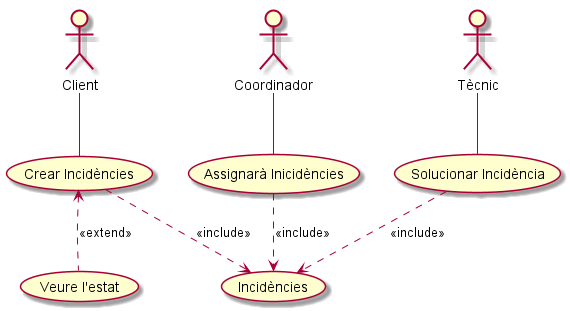
The PlantUML diagram M5/AEA.3.2.1. Iniciació Diagrames de casos d'ús/img/Incidencies.png in saracaparros/DAW, before a commit.
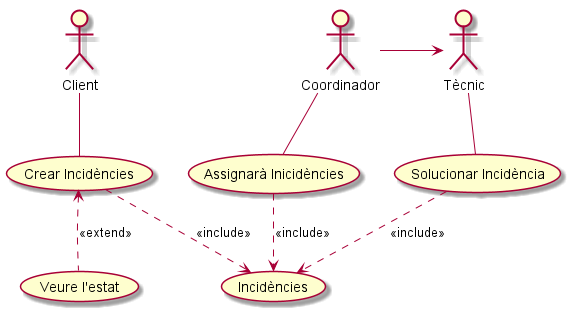
After the change.

What changed in the source:
```diff
@@ -10,6 +10,7 @@
 
 Coordinador -- (Assignarà Inicidències)
 
+Tecnic <-left- Coordinador
 
 (Crear Incidències).down.>(Incidències) : <<include>>
 (Incidències) <.up. (Solucionar Incidència) : <<include>>
```
